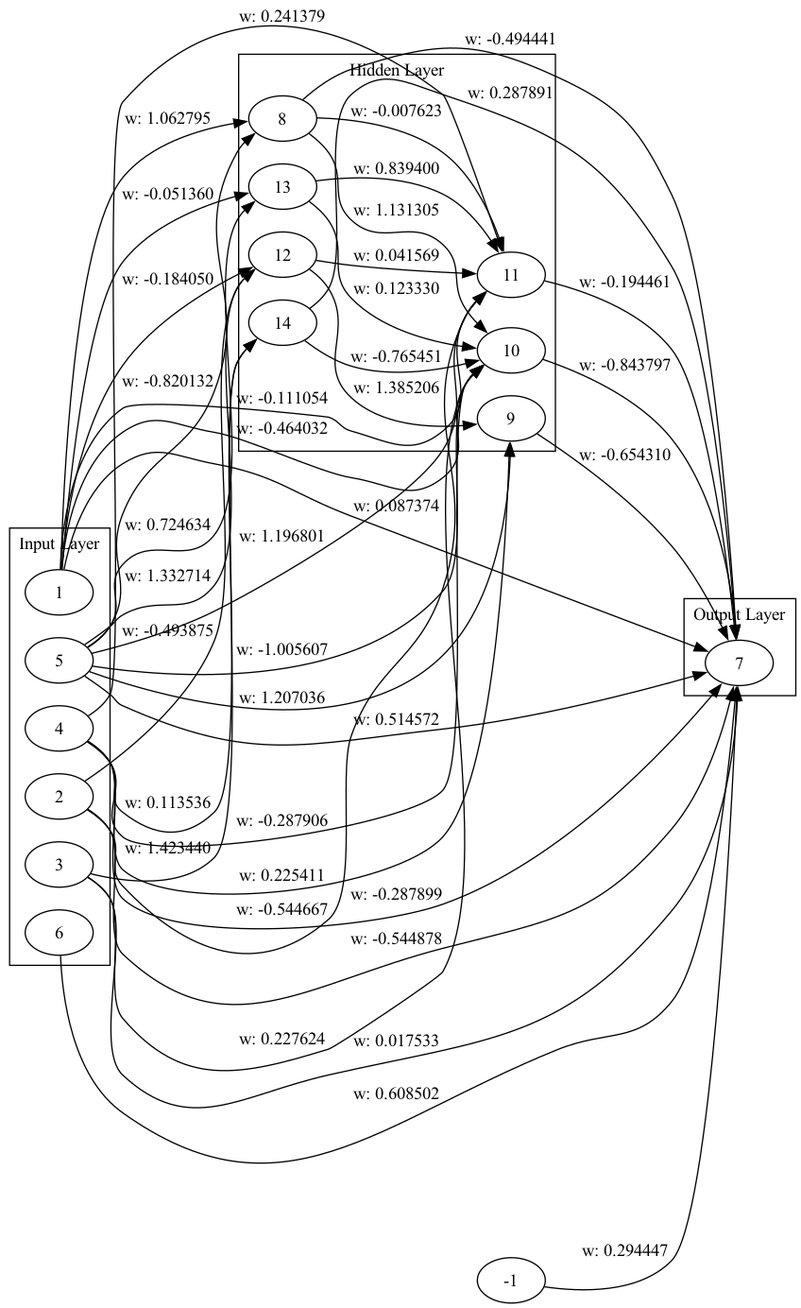
Earlier version of the Graphviz export genome_graph.png (malikAkurtz/TradingSystem). Its source is kept beside it as genome_graph.dot.
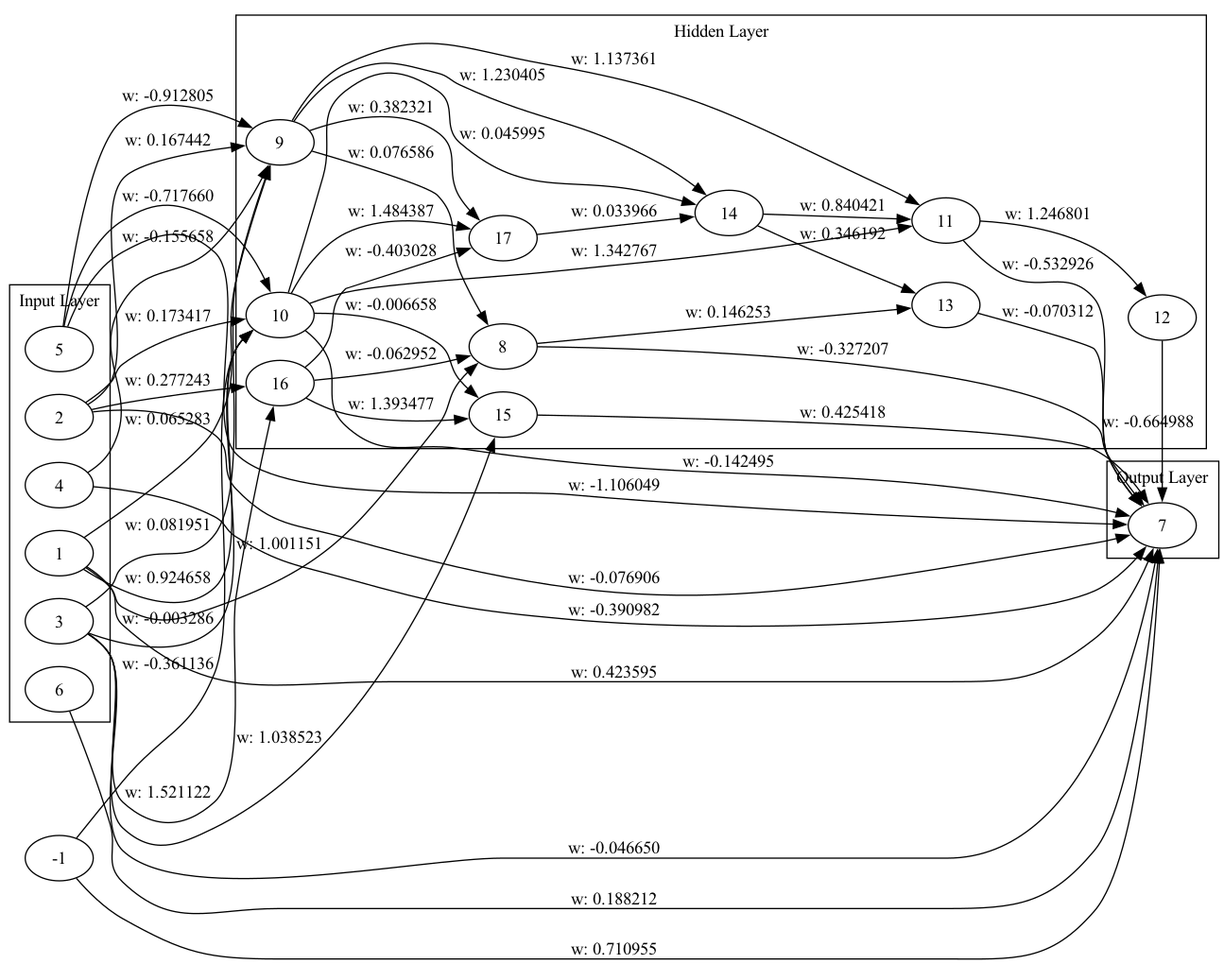
The same diagram one commit later.

Change to the diagram source:
```diff
@@ -18,47 +18,55 @@
     12;
     13;
     14;
+    15;
+    16;
+    17;
   }
   subgraph cluster_2 {
     label="Output Layer";
     7;
   }
-  1 -> 7 [label="w: 0.087374"];
-  2 -> 7 [label="w: -0.544878"];
-  3 -> 7 [label="w: 0.017533"];
-  4 -> 7 [label="w: -0.287899"];
-  5 -> 7 [label="w: 0.514572"];
-  6 -> 7 [label="w: 0.608502"];
-  -1 -> 7 [label="w: 0.294447"];
-  1 -> 8 [label="w: 1.062795"];
-  8 -> 7 [label="w: -0.494441"];
-  5 -> 8 [label="w: -0.820132"];
-  5 -> 9 [label="w: 1.207036"];
-  9 -> 7 [label="w: -0.654310"];
-  8 -> 10 [label="w: 1.131305"];
-  10 -> 7 [label="w: -0.843797"];
-  1 -> 10 [label="w: -0.464032"];
-  5 -> 11 [label="w: 1.196801"];
-  11 -> 7 [label="w: -0.194461"];
-  5 -> 12 [label="w: 1.332714"];
-  12 -> 9 [label="w: 1.385206"];
-  2 -> 12 [label="w: -0.493875"];
-  5 -> 10 [label="w: -1.005607"];
-  1 -> 11 [label="w: -0.111054"];
-  3 -> 10 [label="w: 0.227624"];
-  4 -> 9 [label="w: 0.225411"];
-  5 -> 13 [label="w: 0.724634"];
-  13 -> 11 [label="w: 0.839400"];
-  4 -> 11 [label="w: 0.241379"];
-  2 -> 11 [label="w: -0.544667"];
-  1 -> 12 [label="w: -0.184050"];
-  4 -> 10 [label="w: -0.287906"];
-  3 -> 14 [label="w: 1.423440"];
-  14 -> 7 [label="w: 0.287891"];
-  14 -> 10 [label="w: -0.765451"];
-  13 -> 10 [label="w: 0.123330"];
-  4 -> 14 [label="w: 0.113536"];
-  12 -> 11 [label="w: 0.041569"];
-  8 -> 11 [label="w: -0.007623"];
-  1 -> 13 [label="w: -0.051360"];
+  1 -> 7 [label="w: 0.423595"];
+  2 -> 7 [label="w: -0.076906"];
+  3 -> 7 [label="w: -0.046650"];
+  4 -> 7 [label="w: -0.390982"];
+  5 -> 7 [label="w: -1.106049"];
+  6 -> 7 [label="w: 0.188212"];
+  -1 -> 7 [label="w: 0.710955"];
+  1 -> 8 [label="w: 1.001151"];
+  8 -> 7 [label="w: -0.327207"];
+  1 -> 9 [label="w: 0.065283"];
+  9 -> 8 [label="w: 0.076586"];
+  1 -> 10 [label="w: 0.924658"];
+  10 -> 7 [label="w: -0.142495"];
+  5 -> 9 [label="w: -0.912805"];
+  5 -> 10 [label="w: -0.717660"];
+  10 -> 11 [label="w: 1.342767"];
+  11 -> 7 [label="w: -0.532926"];
+  3 -> 10 [label="w: -0.003286"];
+  11 -> 12 [label="w: 1.246801"];
+  12 -> 7 [label="w: -0.664988"];
+  8 -> 13 [label="w: 0.146253"];
+  13 -> 7 [label="w: -0.070312"];
+  3 -> 9 [label="w: 0.081951"];
+  9 -> 11 [label="w: 1.137361"];
+  -1 -> 10 [label="w: -0.361136"];
+  9 -> 14 [label="w: 1.230405"];
+  14 -> 11 [label="w: 0.840421"];
+  2 -> 10 [label="w: 0.173417"];
+  4 -> 9 [label="w: -0.155658"];
+  2 -> 9 [label="w: 0.167442"];
+  10 -> 14 [label="w: 0.045995"];
+  3 -> 15 [label="w: 1.038523"];
+  15 -> 7 [label="w: 0.425418"];
+  3 -> 16 [label="w: 1.521122"];
+  16 -> 15 [label="w: 1.393477"];
+  2 -> 16 [label="w: 0.277243"];
+  14 -> 13 [label="w: 0.346192"];
+  16 -> 8 [label="w: -0.062952"];
+  10 -> 15 [label="w: -0.006658"];
+  10 -> 17 [label="w: 1.484387"];
+  17 -> 14 [label="w: 0.033966"];
+  9 -> 17 [label="w: 0.382321"];
+  16 -> 17 [label="w: -0.403028"];
 }
```
